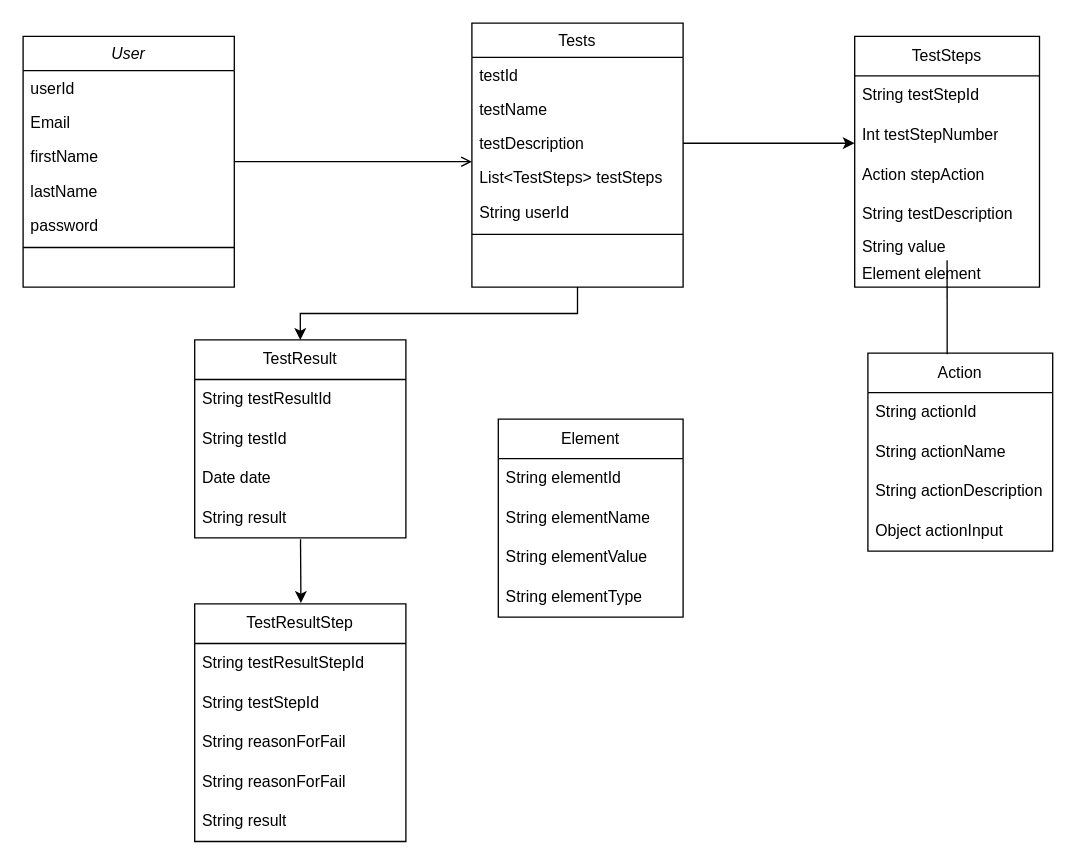
The draw.io diagram diagrams/class_diagram.drawio in joshcampbell7/automated_regression_project, before the edit. Source tidied: cells renumbered, new cells numbered last; positions are measured from the earlier drawing's top-left corner, leaving out a move shared by most shapes. Both pictures are drawn from the tidied source at 132%, with x=0, y=0 at pixel (22, 22).
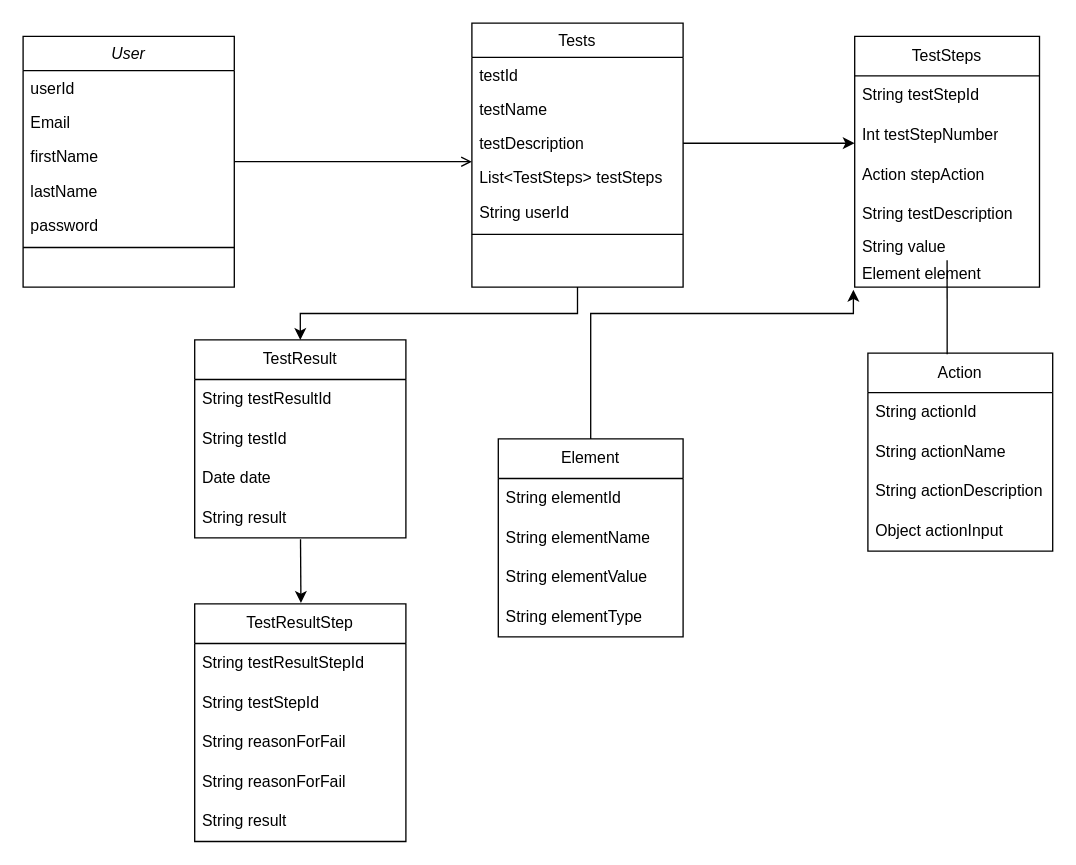
After the change.

Unchanged cells that the change refers to:
```xml
<mxCell id="24" value="Element element" style="text;strokeColor=none;fillColor=none;align=left;verticalAlign=middle;spacingLeft=4;spacingRight=4;overflow=hidden;points=[[0,0.5],[1,0.5]];portConstraint=eastwest;whiteSpace=wrap;html=1;" parent="18" vertex="1">
  <mxGeometry y="170" width="140" height="20" as="geometry" />
</mxCell>
```

Change to the diagram source:
```diff
@@
+    <mxCell id="49" style="edgeStyle=orthogonalEdgeStyle;rounded=0;jettySize=auto;html=1;entryX=-0.007;entryY=1.1;entryDx=0;entryDy=0;entryPerimeter=0;" parent="1" edge="1" source="44" target="24">
+      <mxGeometry relative="1" as="geometry">
+        <Array as="points">
+          <mxPoint x="430" y="220" />
+          <mxPoint x="629" y="220" />
+        </Array>
+      </mxGeometry>
+    </mxCell>
     <mxCell id="44" value="Element" style="swimlane;fontStyle=0;horizontal=1;startSize=30;whiteSpace=wrap;html=1;" parent="1" vertex="1">
-      <mxGeometry x="360" y="300" width="140" height="150" as="geometry" />
+      <mxGeometry x="360" y="315" width="140" height="150" as="geometry" />
     </mxCell>
```
